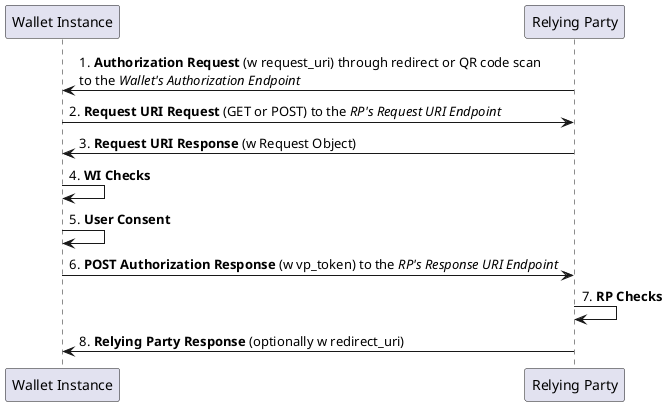
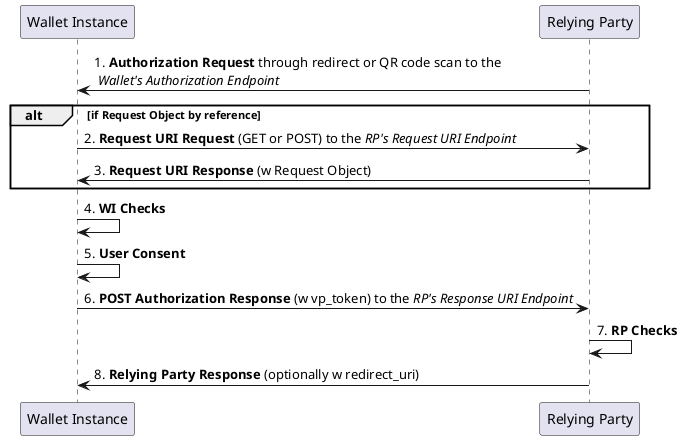
@startuml High Level Remote Protocol Flow
participant "Wallet Instance" as w
participant "Relying Party" as rp

- rp -> w: 1. **Authorization Request** (w request_uri) through redirect or QR code scan \nto the //Wallet's Authorization Endpoint//
+ rp -> w: 1. **Authorization Request** through redirect or QR code scan to the\n //Wallet's Authorization Endpoint//
+ 
+ alt if Request Object by reference

w -> rp: 2. **Request URI Request** (GET or POST) to the //RP's Request URI Endpoint//

rp -> w: 3. **Request URI Response** (w Request Object)
+ 
+ end

w -> w: 4. **WI Checks**

w -> w: 5. **User Consent**

w -> rp: 6. **POST Authorization Response** (w vp_token) to the //RP's Response URI Endpoint//

rp -> rp: 7. **RP Checks**

rp -> w: 8. **Relying Party Response** (optionally w redirect_uri)
@enduml